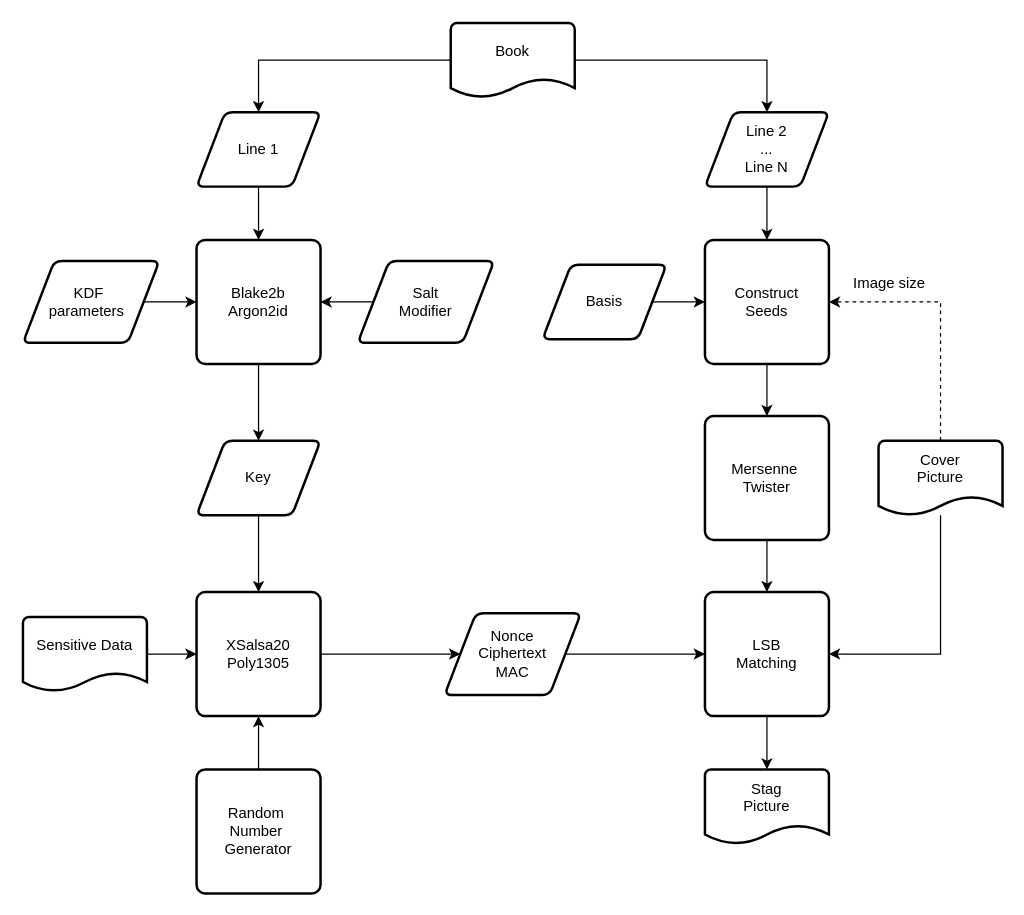
The draw.io diagram diagram/soda.drawio in theosaveliev/rtty-soda, before the edit. Source tidied: cells renumbered, new cells numbered last; positions are measured from the earlier drawing's top-left corner, leaving out a move shared by most shapes. Both pictures are drawn from the tidied source at 124%, with x=0, y=0 at pixel (22, 22).
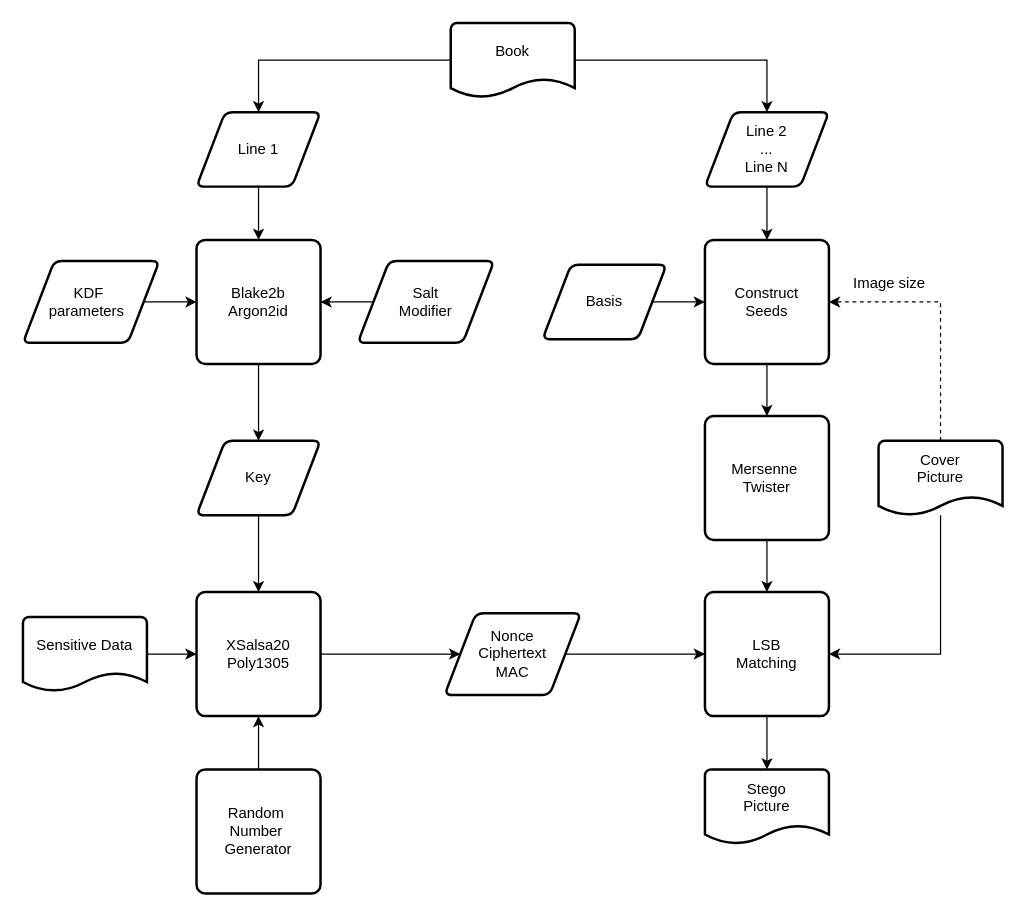
The same page after the edit.

Commit message (it also covers changes not shown here):
Flow diagram updated

Diff of the diagram source:
```diff
@@
-    <mxCell id="29" value="Stag&lt;div&gt;Picture&lt;/div&gt;&lt;div&gt;&lt;br&gt;&lt;/div&gt;" style="strokeWidth=2;html=1;shape=mxgraph.flowchart.document2;whiteSpace=wrap;size=0.25;" parent="1" vertex="1">
+    <mxCell id="29" value="Stego&lt;div&gt;Picture&lt;/div&gt;&lt;div&gt;&lt;br&gt;&lt;/div&gt;" style="strokeWidth=2;html=1;shape=mxgraph.flowchart.document2;whiteSpace=wrap;size=0.25;" parent="1" vertex="1">
       <mxGeometry x="550" y="602" width="100" height="60" as="geometry" />
     </mxCell>
```
